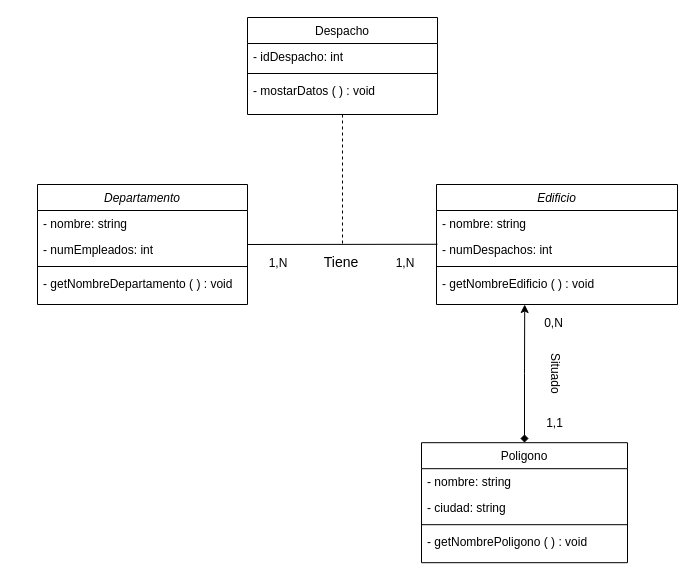
The draw.io diagram DEVELOPMENT ENVIRONMENT/PRÁCTICA 7.1/Ejercicio 3.drawio in SerDieFer/1-DAW, before the edit. Source tidied: cells renumbered, new cells numbered last; positions are measured from the earlier drawing's top-left corner, leaving out a move shared by most shapes. Both pictures are drawn from the tidied source at 100%, with x=0, y=0 at pixel (37, 17).
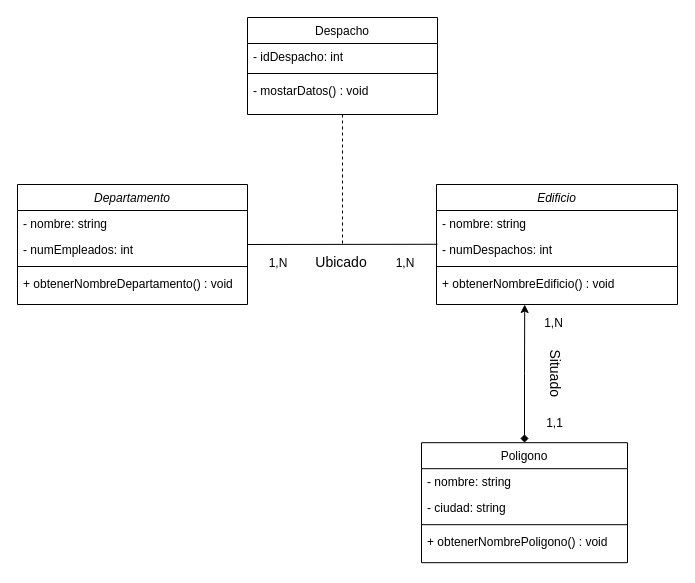
The same page after the edit.

The change refers to these unchanged cells:
```xml
<mxCell id="7" value="Poligono" style="swimlane;fontStyle=0;align=center;verticalAlign=top;horizontal=1;startSize=26;rounded=0;shadow=0;strokeWidth=1;" parent="1" vertex="1">
  <mxGeometry x="384" y="425.2" width="206" height="120" as="geometry" />
</mxCell>
<mxCell id="12" value="Edificio" style="swimlane;fontStyle=2;align=center;verticalAlign=top;horizontal=1;startSize=26;rounded=0;shadow=0;strokeWidth=1;" parent="1" vertex="1">
  <mxGeometry x="399" y="167" width="241" height="120" as="geometry" />
</mxCell>
<mxCell id="19" value="Despacho" style="swimlane;fontStyle=0;align=center;verticalAlign=top;horizontal=1;startSize=26;rounded=0;shadow=0;strokeWidth=1;" parent="1" vertex="1">
  <mxGeometry x="210" width="190" height="97" as="geometry" />
</mxCell>
```

What changed in the source:
```diff
@@
     <mxCell id="2" value="Departamento" style="swimlane;fontStyle=2;align=center;verticalAlign=top;horizontal=1;startSize=26;rounded=0;shadow=0;strokeWidth=1;" parent="1" vertex="1">
-      <mxGeometry y="167" width="210" height="120" as="geometry" />
+      <mxGeometry x="-20" y="167" width="230" height="120" as="geometry" />
     </mxCell>
     <mxCell id="3" value="- nombre: string" style="text;align=left;verticalAlign=top;spacingLeft=4;spacingRight=4;overflow=hidden;" parent="2" vertex="1">
-      <mxGeometry y="26" width="210" height="26" as="geometry" />
+      <mxGeometry y="26" width="230" height="26" as="geometry" />
     </mxCell>
     <mxCell id="4" value="- numEmpleados: int" style="text;align=left;verticalAlign=top;spacingLeft=4;spacingRight=4;overflow=hidden;rounded=0;shadow=0;html=0;" parent="2" vertex="1">
-      <mxGeometry y="52" width="210" height="26" as="geometry" />
+      <mxGeometry y="52" width="230" height="26" as="geometry" />
     </mxCell>
     <mxCell id="5" style="line;html=1;strokeWidth=1;align=left;verticalAlign=middle;spacingTop=-1;spacingLeft=3;spacingRight=3;labelPosition=right;" parent="2" vertex="1">
-      <mxGeometry y="78" width="210" height="8" as="geometry" />
+      <mxGeometry y="78" width="230" height="8" as="geometry" />
     </mxCell>
-    <mxCell id="6" value="- getNombreDepartamento ( ) : void" style="text;align=left;verticalAlign=top;spacingLeft=4;spacingRight=4;overflow=hidden;" parent="2" vertex="1">
-      <mxGeometry y="86" width="210" height="34" as="geometry" />
+    <mxCell id="6" value="+ obtenerNombreDepartamento() : void" style="text;align=left;verticalAlign=top;spacingLeft=4;spacingRight=4;overflow=hidden;" parent="2" vertex="1">
+      <mxGeometry y="86" width="230" height="34" as="geometry" />
     </mxCell>
@@
-    <mxCell id="11" value="- getNombrePoligono ( ) : void" style="text;align=left;verticalAlign=top;spacingLeft=4;spacingRight=4;overflow=hidden;" parent="7" vertex="1">
+    <mxCell id="11" value="+ obtenerNombrePoligono() : void" style="text;align=left;verticalAlign=top;spacingLeft=4;spacingRight=4;overflow=hidden;" parent="7" vertex="1">
       <mxGeometry y="86" width="206" height="34" as="geometry" />
     </mxCell>
@@
-    <mxCell id="16" value="- getNombreEdificio ( ) : void" style="text;align=left;verticalAlign=top;spacingLeft=4;spacingRight=4;overflow=hidden;points=[[0,0.5],[1,0.5]];portConstraint=eastwest;" parent="12" vertex="1">
+    <mxCell id="16" value="+ obtenerNombreEdificio() : void" style="text;align=left;verticalAlign=top;spacingLeft=4;spacingRight=4;overflow=hidden;points=[[0,0.5],[1,0.5]];portConstraint=eastwest;" parent="12" vertex="1">
       <mxGeometry y="86" width="241" height="34" as="geometry" />
     </mxCell>
@@
-    <mxCell id="22" value="- mostarDatos ( ) : void" style="text;align=left;verticalAlign=top;spacingLeft=4;spacingRight=4;overflow=hidden;" parent="19" vertex="1">
+    <mxCell id="22" value="- mostarDatos() : void" style="text;align=left;verticalAlign=top;spacingLeft=4;spacingRight=4;overflow=hidden;" parent="19" vertex="1">
       <mxGeometry y="60" width="190" height="26" as="geometry" />
     </mxCell>
@@
-    <mxCell id="25" value="&lt;span style=&quot;font-size: 14px;&quot;&gt;Tiene&lt;/span&gt;" style="text;strokeColor=none;align=center;fillColor=none;html=1;verticalAlign=middle;whiteSpace=wrap;rounded=0;rotation=0;" parent="1" vertex="1">
+    <mxCell id="25" value="&lt;span style=&quot;font-size: 14px;&quot;&gt;Ubicado&lt;/span&gt;" style="text;strokeColor=none;align=center;fillColor=none;html=1;verticalAlign=middle;whiteSpace=wrap;rounded=0;rotation=0;" parent="1" vertex="1">
       <mxGeometry x="284" y="230" width="40" height="30" as="geometry" />
     </mxCell>
-    <mxCell id="26" value="Situado" style="text;strokeColor=none;align=center;fillColor=none;html=1;verticalAlign=middle;whiteSpace=wrap;rounded=0;rotation=90;" parent="1" vertex="1">
+    <mxCell id="26" value="&lt;font style=&quot;font-size: 14px;&quot;&gt;Situado&lt;/font&gt;" style="text;strokeColor=none;align=center;fillColor=none;html=1;verticalAlign=middle;whiteSpace=wrap;rounded=0;rotation=90;" parent="1" vertex="1">
       <mxGeometry x="486" y="341" width="63.5" height="30" as="geometry" />
     </mxCell>
-    <mxCell id="27" value="0,N" style="text;strokeColor=none;align=center;fillColor=none;html=1;verticalAlign=middle;whiteSpace=wrap;rounded=0;" parent="1" vertex="1">
+    <mxCell id="27" value="1,N" style="text;strokeColor=none;align=center;fillColor=none;html=1;verticalAlign=middle;whiteSpace=wrap;rounded=0;" parent="1" vertex="1">
       <mxGeometry x="502" y="291" width="28.5" height="30" as="geometry" />
     </mxCell>
```
